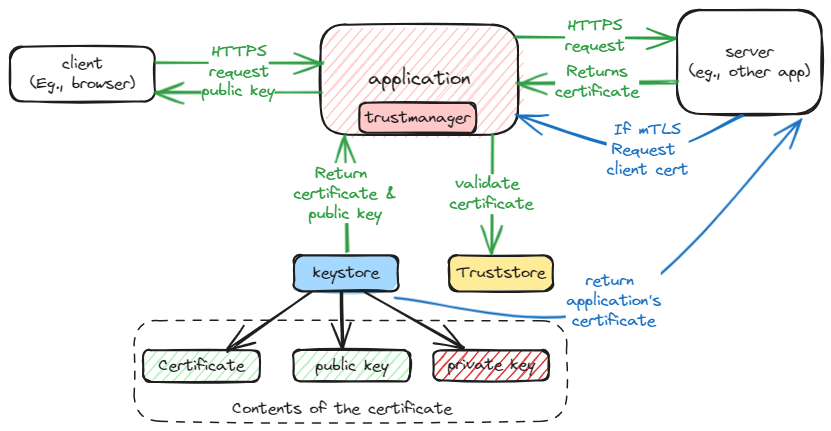
Above: static/img/java-ssl.excalidraw.png in swaroopar/inprogress-engineer (Excalidraw), before the change. Source tidied: one line per element, renumbered; positions are measured from the earlier drawing's top-left corner, leaving out a move shared by most shapes.
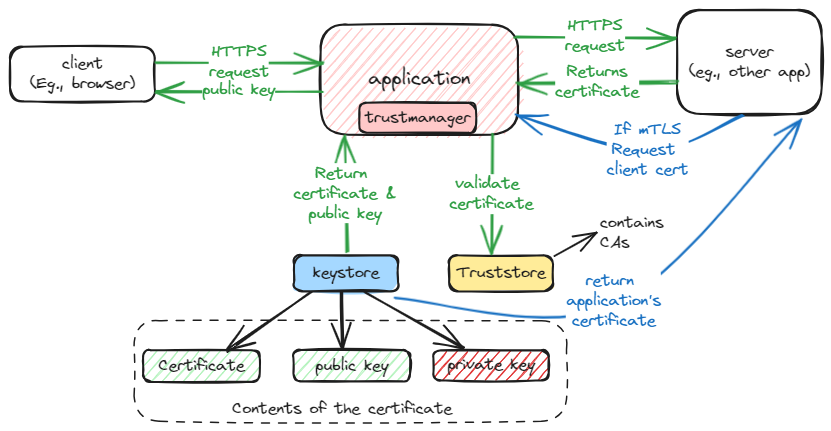
After the change.

Change to the diagram source:
```diff
@@ -10,7 +10,7 @@
 {"id": 9, "type": "text", "text": "HTTPS\nrequest", "strokeColor": "#2f9e44", "strokeWidth": 2, "roughness": 1, "fontSize": 16, "fontFamily": 1, "textAlign": "center", "verticalAlign": "middle", "inside": 8, "x": 198, "y": 45, "width": 60, "height": 40}
 {"id": 10, "type": "arrow", "strokeColor": "#2f9e44", "strokeWidth": 2, "roughness": 1, "endArrowhead": "arrow", "round": true, "from": 2, "to": 26, "x": 336, "y": 241, "width": 2, "height": 116, "points": [[0, 0], [-2, -116]]}
 {"id": 11, "type": "text", "text": "Return \ncertificate &\npublic key", "strokeColor": "#2f9e44", "strokeWidth": 2, "roughness": 1, "fontSize": 16, "fontFamily": 1, "textAlign": "center", "verticalAlign": "middle", "inside": 10, "x": 284, "y": 145, "width": 103, "height": 60}
-{"id": 12, "type": "arrow", "strokeColor": "#2f9e44", "strokeWidth": 2, "roughness": 1, "endArrowhead": "arrow", "round": true, "x": 311, "y": 81, "width": 167, "height": 0, "points": [[0, 0], [-167, 0]]}
+{"id": 12, "type": "arrow", "strokeColor": "#2f9e44", "strokeWidth": 2, "roughness": 1, "endArrowhead": "arrow", "round": true, "to": 6, "x": 312, "y": 80, "width": 167, "height": 0, "points": [[0, 0], [-167, 0]]}
 {"id": 13, "type": "text", "text": "public key", "strokeColor": "#2f9e44", "strokeWidth": 2, "roughness": 1, "fontSize": 16, "fontFamily": 1, "textAlign": "center", "verticalAlign": "middle", "inside": 12, "x": 190, "y": 71, "width": 73, "height": 20}
 {"id": 14, "type": "rectangle", "strokeColor": "#1e1e1e", "strokeWidth": 2, "roughness": 1, "round": true, "x": 667, "y": 0, "width": 145, "height": 104}
 {"id": 15, "type": "text", "text": "server\n(eg., other app)", "strokeColor": "#1e1e1e", "strokeWidth": 2, "roughness": 1, "fontSize": 16, "fontFamily": 1, "textAlign": "center", "verticalAlign": "middle", "inside": 14, "x": 679, "y": 32, "width": 121, "height": 40}
@@ -37,3 +37,5 @@
 {"id": 36, "type": "arrow", "strokeColor": "#1e1e1e", "backgroundColor": "#b2f2bb", "fillStyle": "hachure", "strokeWidth": 2, "roughness": 1, "endArrowhead": "arrow", "round": true, "from": 2, "x": 301, "y": 282, "width": 83, "height": 59, "points": [[0, 0], [-83, 59]]}
 {"id": 37, "type": "rectangle", "strokeColor": "#1e1e1e", "strokeWidth": 1, "strokeStyle": "dashed", "roughness": 1, "round": true, "x": 124, "y": 311, "width": 433, "height": 101}
 {"id": 38, "type": "text", "text": "Contents of the certificate", "strokeColor": "#1e1e1e", "strokeWidth": 1, "strokeStyle": "dashed", "roughness": 1, "fontSize": 16, "fontFamily": 1, "x": 222, "y": 389, "width": 220, "height": 20}
+{"id": 39, "type": "arrow", "strokeColor": "#1e1e1e", "strokeWidth": 2, "roughness": 0, "endArrowhead": "arrow", "round": true, "from": 4, "to": 40, "x": 544, "y": 246, "width": 42, "height": 23, "points": [[0, 0], [42, -23]]}
+{"id": 40, "type": "text", "text": "contains\nCAs", "strokeColor": "#1e1e1e", "strokeWidth": 2, "roughness": 1, "fontSize": 16, "fontFamily": 1, "x": 590, "y": 203, "width": 64, "height": 40}
```
